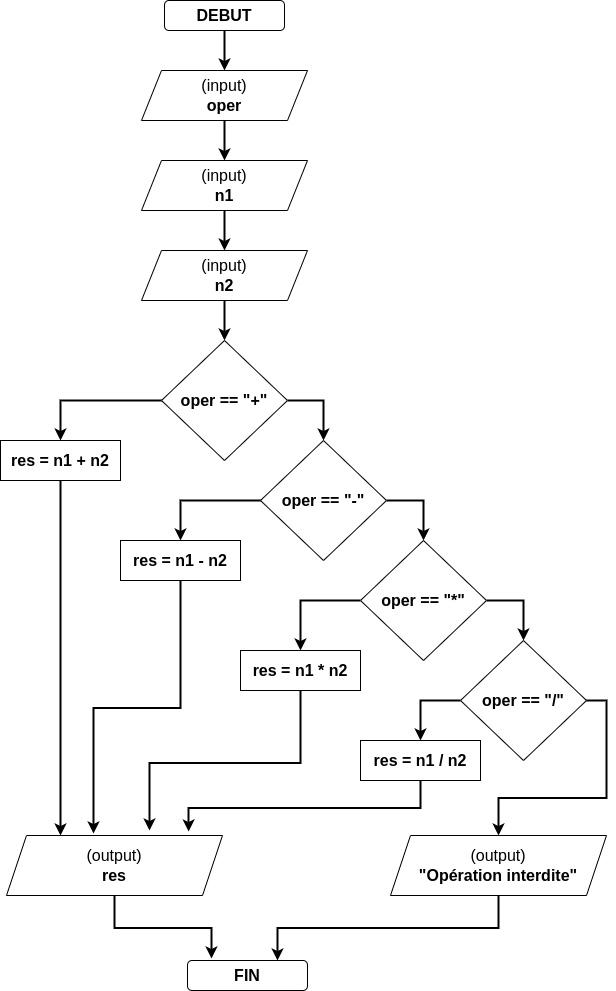
Before: 1M/prog/types/schemas/calculatrice.png, a diagram exported from draw.io (vkeller/modulo-gybe). Source tidied: cells renumbered, new cells last; positions are measured from the earlier drawing's top-left corner, leaving out a move shared by most shapes.
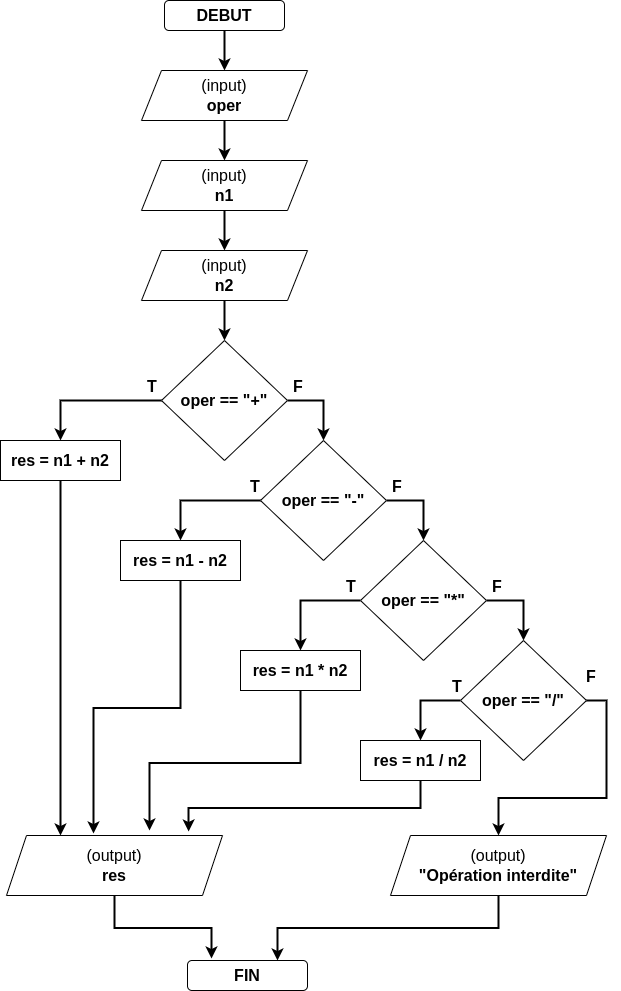
After the commit.

Change to the diagram source:
```diff
@@ -101,5 +101,29 @@
     <mxCell id="34" value="(output)&lt;br&gt;&lt;b&gt;res&lt;/b&gt;" style="shape=parallelogram;perimeter=parallelogramPerimeter;whiteSpace=wrap;html=1;fixedSize=1;fontSize=16;" parent="1" vertex="1">
       <mxGeometry x="6" y="835" width="216" height="60" as="geometry" />
     </mxCell>
+    <mxCell id="35" value="T" style="text;strokeColor=none;fillColor=none;align=left;verticalAlign=middle;spacingLeft=4;spacingRight=4;overflow=hidden;fontSize=16;fontStyle=1;" parent="1" vertex="1">
+      <mxGeometry x="446" y="670" width="40" height="30" as="geometry" />
+    </mxCell>
+    <mxCell id="36" value="F" style="text;strokeColor=none;fillColor=none;align=left;verticalAlign=middle;spacingLeft=4;spacingRight=4;overflow=hidden;fontSize=16;fontStyle=1;" parent="1" vertex="1">
+      <mxGeometry x="287" y="370" width="40" height="30" as="geometry" />
+    </mxCell>
+    <mxCell id="37" value="F" style="text;strokeColor=none;fillColor=none;align=left;verticalAlign=middle;spacingLeft=4;spacingRight=4;overflow=hidden;fontSize=16;fontStyle=1;" parent="1" vertex="1">
+      <mxGeometry x="386" y="470" width="40" height="30" as="geometry" />
+    </mxCell>
+    <mxCell id="38" value="F" style="text;strokeColor=none;fillColor=none;align=left;verticalAlign=middle;spacingLeft=4;spacingRight=4;overflow=hidden;fontSize=16;fontStyle=1;" parent="1" vertex="1">
+      <mxGeometry x="486" y="570" width="40" height="30" as="geometry" />
+    </mxCell>
+    <mxCell id="39" value="F" style="text;strokeColor=none;fillColor=none;align=left;verticalAlign=middle;spacingLeft=4;spacingRight=4;overflow=hidden;fontSize=16;fontStyle=1;" parent="1" vertex="1">
+      <mxGeometry x="580" y="660" width="40" height="30" as="geometry" />
+    </mxCell>
+    <mxCell id="40" value="T" style="text;strokeColor=none;fillColor=none;align=left;verticalAlign=middle;spacingLeft=4;spacingRight=4;overflow=hidden;fontSize=16;fontStyle=1;" parent="1" vertex="1">
+      <mxGeometry x="141" y="370" width="40" height="30" as="geometry" />
+    </mxCell>
+    <mxCell id="41" value="T" style="text;strokeColor=none;fillColor=none;align=left;verticalAlign=middle;spacingLeft=4;spacingRight=4;overflow=hidden;fontSize=16;fontStyle=1;" parent="1" vertex="1">
+      <mxGeometry x="244" y="470" width="40" height="30" as="geometry" />
+    </mxCell>
+    <mxCell id="42" value="T" style="text;strokeColor=none;fillColor=none;align=left;verticalAlign=middle;spacingLeft=4;spacingRight=4;overflow=hidden;fontSize=16;fontStyle=1;" parent="1" vertex="1">
+      <mxGeometry x="340" y="570" width="40" height="30" as="geometry" />
+    </mxCell>
   </root>
 </mxGraphModel>
```
